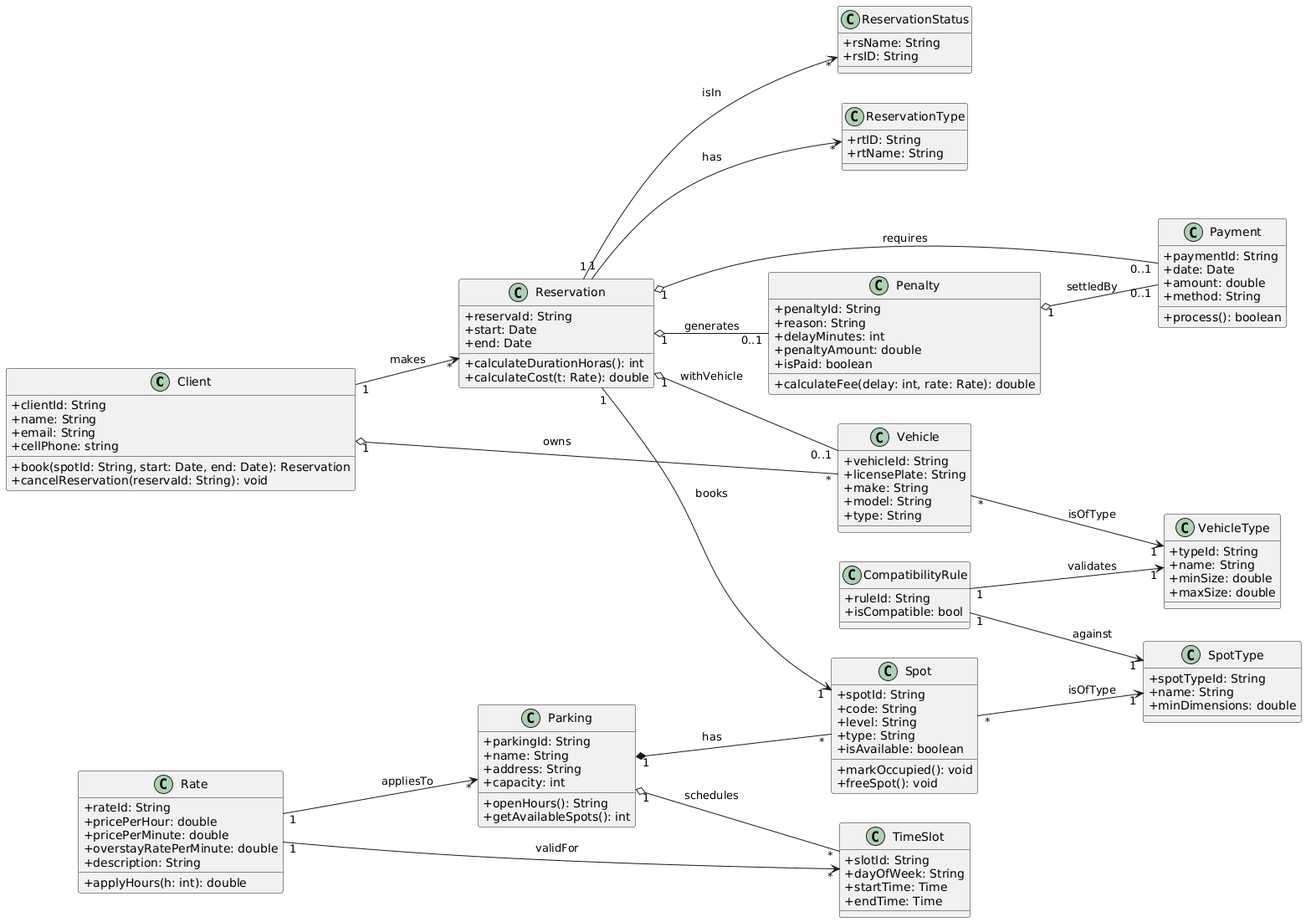
The PlantUML diagram DC.png in AlejoCarobolante/sistema-de-parking-go, before a commit.
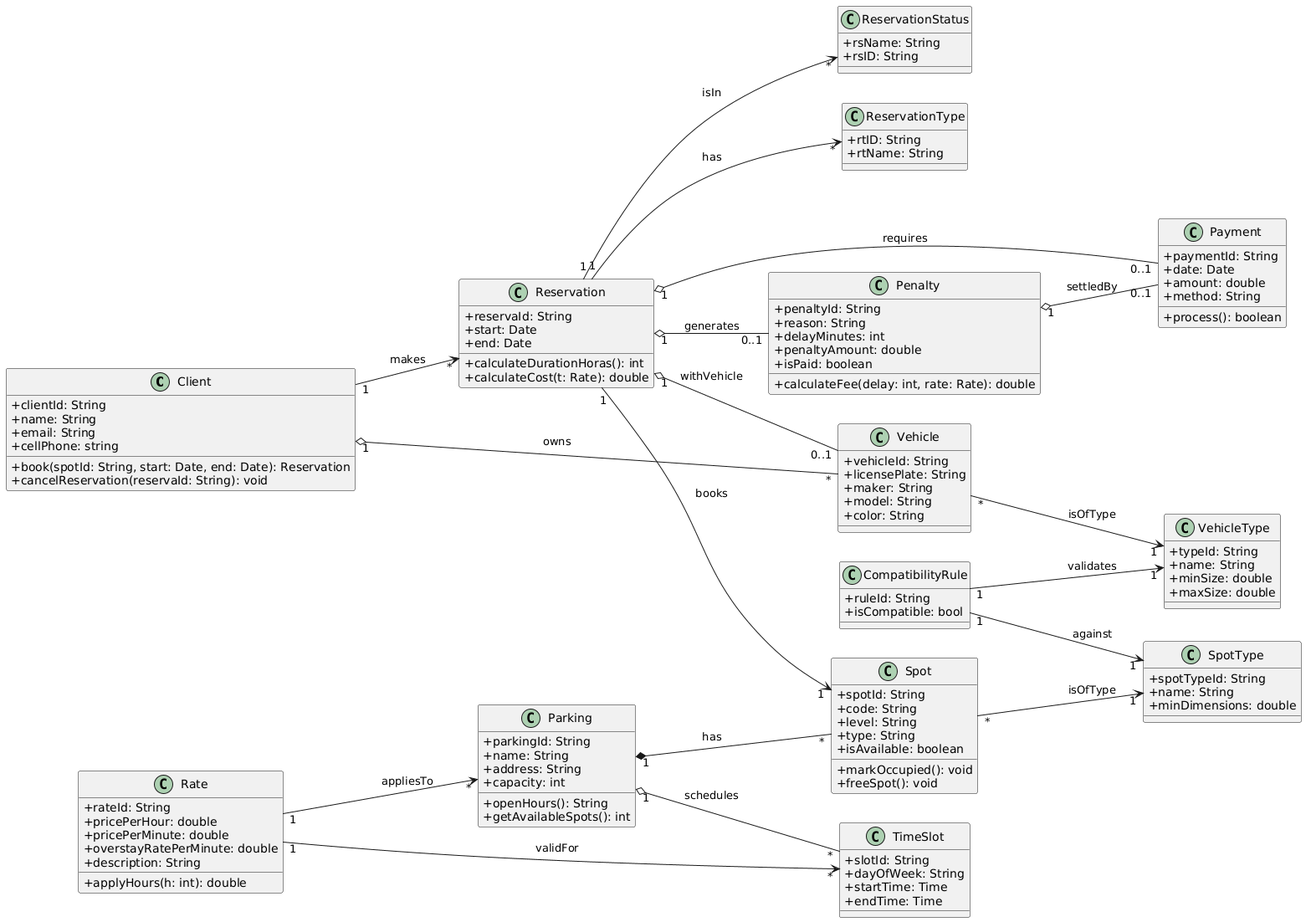
The same file after the commit.

What changed in the source:
```diff
@@ -14,9 +14,9 @@
 class Vehicle {
   + vehicleId: String
   + licensePlate: String
-  + make: String
+  + maker: String
   + model: String
-  + type: String
+  + color: String
 }
 
 class Parking {
```
